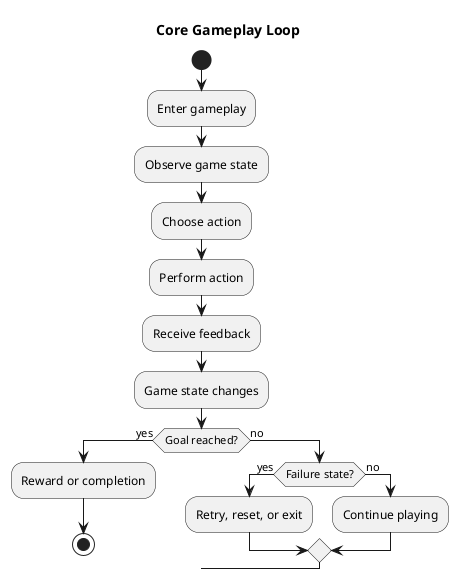
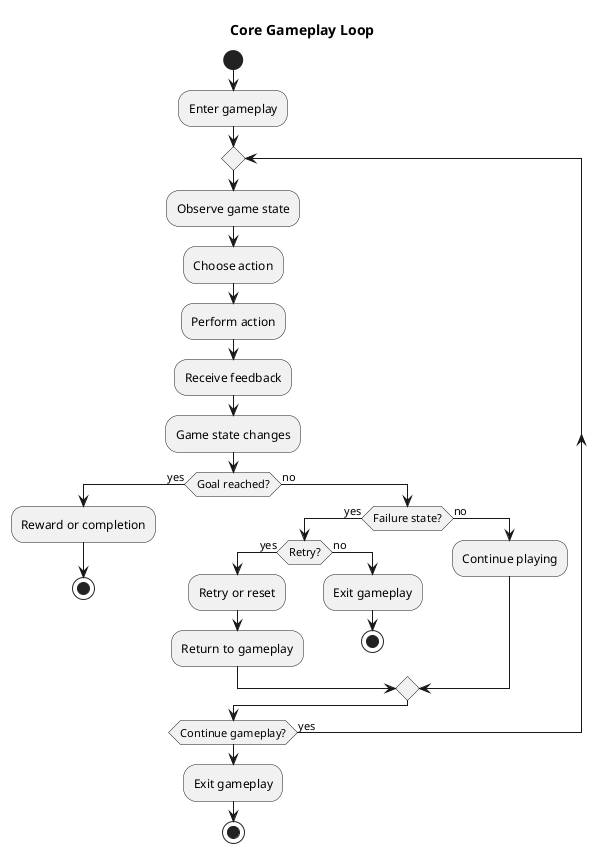
@startuml
title Core Gameplay Loop

start
:Enter gameplay;
+ repeat
:Observe game state;
:Choose action;
:Perform action;
:Receive feedback;
:Game state changes;

if (Goal reached?) then (yes)
  :Reward or completion;
  stop
else (no)
  if (Failure state?) then (yes)
-     :Retry, reset, or exit;
+     if (Retry?) then (yes)
+       :Retry or reset;
+       :Return to gameplay;
+     else (no)
+       :Exit gameplay;
+       stop
+     endif
  else (no)
    :Continue playing;
  endif
endif
+ repeat while (Continue gameplay?) is (yes)
+ :Exit gameplay;
+ stop

@enduml
